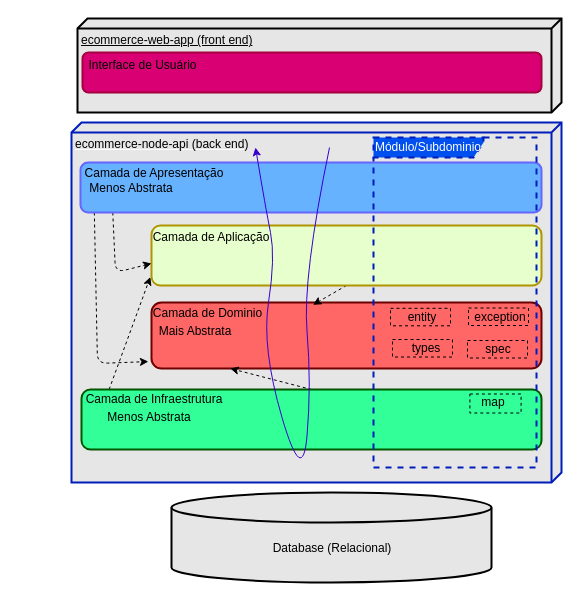
Above: page "Arquitetura em Camadas" (1 of 2) of requirements/ecommerce-arquitetura.drawio in Rrodrigo2525/ecommerce-node-api (draw.io), before the change. Source tidied: cells renumbered, new cells numbered last; positions are measured from the earlier drawing's top-left corner, leaving out a move shared by most shapes. Both pictures are drawn from the tidied source at 100%, with x=0, y=0 at pixel (17, 18).
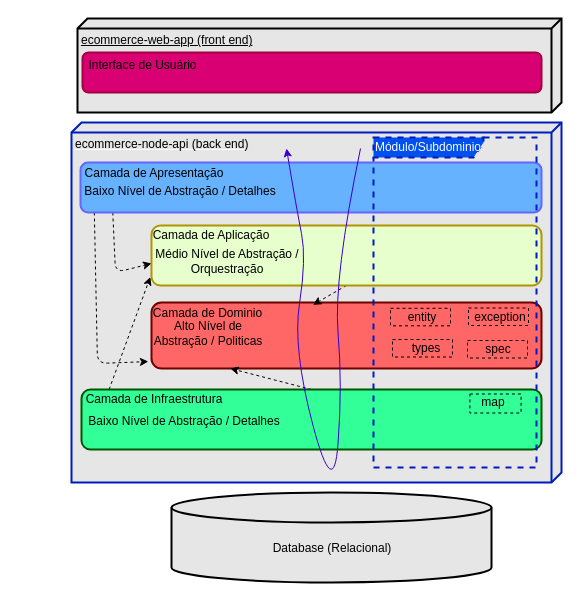
The same page after the edit.

What changed in the source:
```diff
@@
     <mxCell id="10" value="Camada de Aplicação" style="text;html=1;align=center;verticalAlign=middle;whiteSpace=wrap;rounded=0;strokeWidth=2;fontColor=#000000;" parent="1" vertex="1">
-      <mxGeometry x="104" y="199" width="180" height="40" as="geometry" />
+      <mxGeometry x="104" y="197" width="180" height="40" as="geometry" />
     </mxCell>
@@
-    <mxCell id="31" value="Mais Abstrata" style="text;html=1;align=center;verticalAlign=middle;whiteSpace=wrap;rounded=0;strokeWidth=2;fontColor=#000000;" parent="1" vertex="1">
-      <mxGeometry x="124" y="301.5" width="108" height="22.5" as="geometry" />
+    <mxCell id="31" value="Alto Nível de Abstração / Politicas" style="text;html=1;align=center;verticalAlign=middle;whiteSpace=wrap;rounded=0;strokeWidth=2;fontColor=#000000;" parent="1" vertex="1">
+      <mxGeometry x="132.5" y="304.2" width="115.5" height="22.5" as="geometry" />
     </mxCell>
-    <mxCell id="32" value="Menos Abstrata" style="text;html=1;align=center;verticalAlign=middle;whiteSpace=wrap;rounded=0;strokeWidth=2;fontColor=#000000;" parent="1" vertex="1">
-      <mxGeometry x="42" y="379" width="180" height="40" as="geometry" />
-    </mxCell>
-    <mxCell id="33" value="Menos Abstrata" style="text;html=1;align=center;verticalAlign=middle;whiteSpace=wrap;rounded=0;strokeWidth=2;fontColor=#000000;" parent="1" vertex="1">
-      <mxGeometry x="52" y="157" width="123.5" height="26" as="geometry" />
+    <mxCell id="33" value="Baixo Nível de Abstração / Detalhes" style="text;html=1;align=center;verticalAlign=middle;whiteSpace=wrap;rounded=0;strokeWidth=2;fontColor=#000000;" parent="1" vertex="1">
+      <mxGeometry x="57" y="160" width="212" height="26" as="geometry" />
     </mxCell>
@@
     <mxCell id="35" style="curved=1;endArrow=classic;html=1;fillColor=#6a00ff;strokeColor=#3700CC;" parent="1" edge="1">
       <mxGeometry relative="1" as="geometry">
-        <mxPoint x="312" y="129" as="sourcePoint" />
-        <mxPoint x="238" y="129" as="targetPoint" />
+        <mxPoint x="343" y="130" as="sourcePoint" />
+        <mxPoint x="269" y="130" as="targetPoint" />
         <Array as="points">
-          <mxPoint x="285" y="259" />
-          <mxPoint x="294" y="366" />
-          <mxPoint x="285" y="469" />
-          <mxPoint x="244" y="329" />
-          <mxPoint x="258" y="239" />
-          <mxPoint x="248" y="189" />
+          <mxPoint x="316" y="260" />
+          <mxPoint x="325" y="367" />
+          <mxPoint x="316" y="484" />
+          <mxPoint x="275" y="330" />
+          <mxPoint x="289" y="240" />
+          <mxPoint x="279" y="190" />
         </Array>
       </mxGeometry>
     </mxCell>
+    <mxCell id="36" value="Médio Nível de Abstração / Orquestração" style="text;html=1;align=center;verticalAlign=middle;whiteSpace=wrap;rounded=0;strokeWidth=2;fontColor=#000000;" parent="1" vertex="1">
+      <mxGeometry x="119.5" y="222.5" width="180" height="40" as="geometry" />
+    </mxCell>
+    <mxCell id="37" value="Baixo Nível de Abstração / Detalhes" style="text;html=1;align=center;verticalAlign=middle;whiteSpace=wrap;rounded=0;strokeWidth=2;fontColor=#000000;" parent="1" vertex="1">
+      <mxGeometry x="61" y="390" width="212" height="26" as="geometry" />
+    </mxCell>
```
